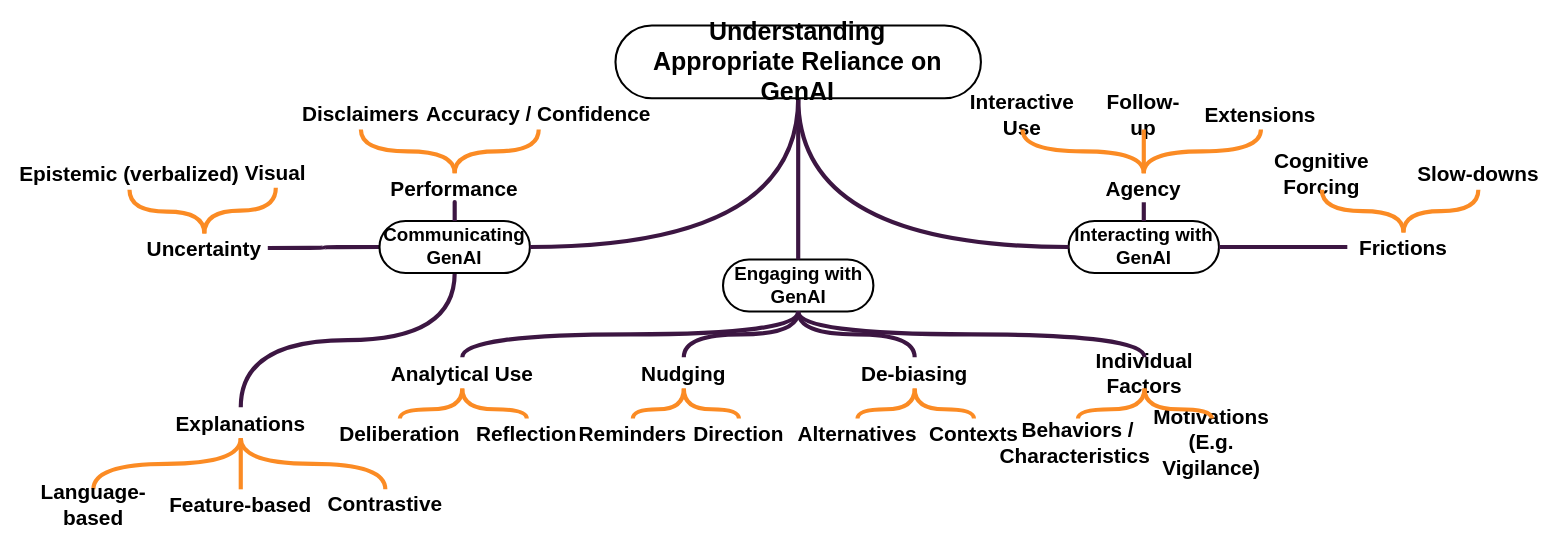
Earlier version of the draw.io diagram ext/chi27-rev-4.1.drawio (raeeschaudhary/Coursera_Exams). Source tidied: cells renumbered, new cells numbered last; positions are measured from the earlier drawing's top-left corner, leaving out a move shared by most shapes. Both pictures are drawn from the tidied source at 104%, with x=0, y=0 at pixel (18, 25).
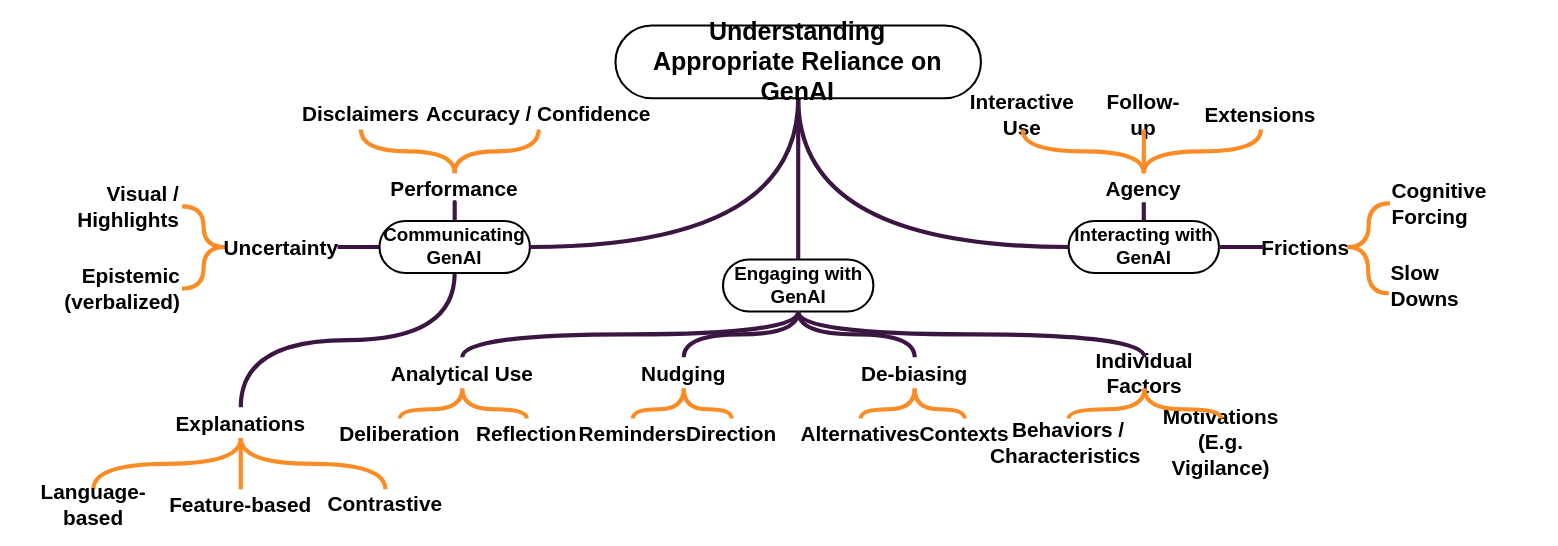
The same diagram, later.

Diff of the diagram source:
```diff
@@
-    <mxCell id="9" style="edgeStyle=orthogonalEdgeStyle;rounded=0;jettySize=auto;html=1;exitX=0.5;exitY=0;exitDx=0;exitDy=0;entryX=0.5;entryY=1;entryDx=0;entryDy=0;strokeWidth=4;curved=1;endArrow=none;endFill=0;strokeColor=#FB8B24;fontFamily=calibri;" parent="1" edge="1" source="11" target="12">
+    <mxCell id="9" style="edgeStyle=orthogonalEdgeStyle;rounded=0;jettySize=auto;html=1;exitX=0;exitY=0.5;exitDx=0;exitDy=0;entryX=1;entryY=0.5;entryDx=0;entryDy=0;strokeWidth=4;curved=1;endArrow=none;endFill=0;strokeColor=#FB8B24;fontFamily=calibri;" parent="1" edge="1" source="11" target="12">
       <mxGeometry relative="1" as="geometry" />
     </mxCell>
-    <mxCell id="10" style="edgeStyle=orthogonalEdgeStyle;rounded=0;jettySize=auto;html=1;exitX=0.5;exitY=0;exitDx=0;exitDy=0;strokeWidth=4;curved=1;endArrow=none;endFill=0;strokeColor=#FB8B24;fontFamily=calibri;" parent="1" edge="1" source="11" target="13">
+    <mxCell id="10" style="edgeStyle=orthogonalEdgeStyle;rounded=0;jettySize=auto;html=1;exitX=0;exitY=0.5;exitDx=0;exitDy=0;strokeWidth=4;curved=1;endArrow=none;endFill=0;strokeColor=#FB8B24;fontFamily=calibri;entryX=1;entryY=0.5;entryDx=0;entryDy=0;" parent="1" edge="1" source="11" target="13">
       <mxGeometry relative="1" as="geometry" />
     </mxCell>
     <mxCell id="11" value="&lt;span&gt;Uncertainty&lt;/span&gt;" style="text;html=1;whiteSpace=wrap;strokeColor=none;fillColor=none;align=center;verticalAlign=middle;rounded=0;fontFamily=calibri;fontStyle=1;fontSize=20;" parent="1" vertex="1">
-      <mxGeometry x="118" y="200" width="122" height="28" as="geometry" />
+      <mxGeometry x="199" y="199" width="108" height="28" as="geometry" />
     </mxCell>
-    <mxCell id="12" value="&lt;span style=&quot;font-size: 20px;&quot;&gt;Epistemic (verbalized)&lt;/span&gt;" style="text;html=1;whiteSpace=wrap;strokeColor=none;fillColor=none;align=center;verticalAlign=middle;rounded=0;fontFamily=calibri;fontSize=18;fontStyle=1;" parent="1" vertex="1">
-      <mxGeometry y="128" width="214" height="30" as="geometry" />
+    <mxCell id="12" value="&lt;span style=&quot;font-size: 20px;&quot;&gt;Epistemic (verbalized)&lt;/span&gt;" style="text;html=1;whiteSpace=wrap;strokeColor=none;fillColor=none;align=right;verticalAlign=middle;rounded=0;fontFamily=calibri;fontSize=18;fontStyle=1;" parent="1" vertex="1">
+      <mxGeometry x="49.6" y="238" width="108" height="30" as="geometry" />
     </mxCell>
-    <mxCell id="13" value="&lt;span style=&quot;font-size: 20px;&quot;&gt;Visual&lt;/span&gt;" style="text;html=1;whiteSpace=wrap;strokeColor=none;fillColor=none;align=center;verticalAlign=middle;rounded=0;fontFamily=calibri;fontSize=18;fontStyle=1;" parent="1" vertex="1">
-      <mxGeometry x="180" y="128" width="135.3" height="28" as="geometry" />
+    <mxCell id="13" value="&lt;span style=&quot;font-size: 20px;&quot;&gt;Visual / Highlights&lt;/span&gt;" style="text;html=1;whiteSpace=wrap;strokeColor=none;fillColor=none;align=right;verticalAlign=middle;rounded=0;fontFamily=calibri;fontSize=18;fontStyle=1;" parent="1" vertex="1">
+      <mxGeometry x="62.3" y="160" width="95.3" height="28" as="geometry" />
     </mxCell>
@@
     <mxCell id="34" value="&lt;span style=&quot;font-size: 20px;&quot;&gt;Alternatives&lt;/span&gt;" style="text;html=1;whiteSpace=wrap;strokeColor=none;fillColor=none;align=center;verticalAlign=middle;rounded=0;fontFamily=calibri;fontSize=18;fontStyle=1;" parent="1" vertex="1">
-      <mxGeometry x="747" y="378" width="120" height="30" as="geometry" />
+      <mxGeometry x="750" y="378" width="120" height="30" as="geometry" />
     </mxCell>
     <mxCell id="35" value="&lt;span style=&quot;font-size: 20px;&quot;&gt;Contexts&lt;/span&gt;" style="text;html=1;whiteSpace=wrap;strokeColor=none;fillColor=none;align=center;verticalAlign=middle;rounded=0;fontFamily=calibri;fontSize=18;fontStyle=1;" parent="1" vertex="1">
-      <mxGeometry x="865" y="378" width="108" height="30" as="geometry" />
+      <mxGeometry x="856" y="378" width="108" height="30" as="geometry" />
     </mxCell>
@@
     <mxCell id="39" value="&lt;span style=&quot;font-size: 20px;&quot;&gt;Behaviors / Characteristics&amp;nbsp;&lt;/span&gt;" style="text;html=1;whiteSpace=wrap;strokeColor=none;fillColor=none;align=center;verticalAlign=middle;rounded=0;fontFamily=calibri;fontSize=18;fontStyle=1;" parent="1" vertex="1">
-      <mxGeometry x="959" y="378" width="120" height="46" as="geometry" />
+      <mxGeometry x="950" y="378" width="120" height="46" as="geometry" />
     </mxCell>
     <mxCell id="40" value="&lt;span style=&quot;font-size: 20px;&quot;&gt;Motivations (E.g. Vigilance)&lt;/span&gt;" style="text;html=1;whiteSpace=wrap;strokeColor=none;fillColor=none;align=center;verticalAlign=middle;rounded=0;fontFamily=calibri;fontSize=18;fontStyle=1;" parent="1" vertex="1">
-      <mxGeometry x="1080" y="378" width="135.3" height="46" as="geometry" />
+      <mxGeometry x="1089" y="378" width="135.3" height="46" as="geometry" />
     </mxCell>
@@
     <mxCell id="53" value="&lt;span style=&quot;font-size: 20px;&quot;&gt;Direction&lt;/span&gt;" style="text;html=1;whiteSpace=wrap;strokeColor=none;fillColor=none;align=center;verticalAlign=middle;rounded=0;fontFamily=calibri;fontSize=18;fontStyle=1;" parent="1" vertex="1">
-      <mxGeometry x="639" y="378" width="108" height="30" as="geometry" />
+      <mxGeometry x="632" y="378" width="108" height="30" as="geometry" />
     </mxCell>
@@
     <mxCell id="56" value="Frictions" style="text;html=1;whiteSpace=wrap;strokeColor=none;fillColor=none;align=center;verticalAlign=middle;rounded=0;fontFamily=calibri;fontStyle=1;fontSize=20;" parent="1" vertex="1">
-      <mxGeometry x="1278" y="199" width="108" height="28" as="geometry" />
+      <mxGeometry x="1198" y="199" width="80" height="28" as="geometry" />
     </mxCell>
-    <mxCell id="57" value="&lt;span style=&quot;font-size: 20px;&quot;&gt;Slow-downs&lt;/span&gt;" style="text;html=1;whiteSpace=wrap;strokeColor=none;fillColor=none;align=center;verticalAlign=middle;rounded=0;fontFamily=calibri;fontSize=18;fontStyle=1;" parent="1" vertex="1">
-      <mxGeometry x="1344" y="128" width="120" height="30" as="geometry" />
+    <mxCell id="57" value="&lt;span style=&quot;font-size: 20px;&quot;&gt;Slow&amp;nbsp;&lt;/span&gt;&lt;div&gt;&lt;span style=&quot;font-size: 20px;&quot;&gt;Downs&lt;/span&gt;&lt;/div&gt;" style="text;html=1;whiteSpace=wrap;strokeColor=none;fillColor=none;align=left;verticalAlign=middle;rounded=0;fontFamily=calibri;fontSize=18;fontStyle=1;" parent="1" vertex="1">
+      <mxGeometry x="1318" y="235" width="80" height="30" as="geometry" />
     </mxCell>
-    <mxCell id="58" value="&lt;span style=&quot;font-size: 20px;&quot;&gt;Cognitive Forcing&lt;/span&gt;" style="text;html=1;whiteSpace=wrap;strokeColor=none;fillColor=none;align=center;verticalAlign=middle;rounded=0;fontFamily=calibri;fontSize=18;fontStyle=1;" parent="1" vertex="1">
-      <mxGeometry x="1168" y="128" width="171" height="30" as="geometry" />
+    <mxCell id="58" value="&lt;div style=&quot;&quot;&gt;&lt;span style=&quot;font-size: 20px; background-color: transparent; color: light-dark(rgb(0, 0, 0), rgb(255, 255, 255));&quot;&gt;Cognitive&amp;nbsp;&lt;/span&gt;&lt;/div&gt;&lt;div style=&quot;&quot;&gt;&lt;span style=&quot;font-size: 20px;&quot;&gt;Forcing&lt;/span&gt;&lt;/div&gt;" style="text;html=1;whiteSpace=wrap;strokeColor=none;fillColor=none;align=left;verticalAlign=middle;rounded=0;fontFamily=calibri;fontSize=18;fontStyle=1;" parent="1" vertex="1">
+      <mxGeometry x="1319" y="156" width="80" height="30" as="geometry" />
     </mxCell>
-    <mxCell id="59" style="edgeStyle=orthogonalEdgeStyle;rounded=0;jettySize=auto;html=1;entryX=0.5;entryY=1;entryDx=0;entryDy=0;strokeWidth=4;curved=1;endArrow=none;endFill=0;strokeColor=#FB8B24;exitX=0.5;exitY=0;exitDx=0;exitDy=0;fontFamily=calibri;" parent="1" edge="1" source="56" target="58">
+    <mxCell id="59" style="edgeStyle=orthogonalEdgeStyle;rounded=0;jettySize=auto;html=1;entryX=0;entryY=0.5;entryDx=0;entryDy=0;strokeWidth=4;curved=1;endArrow=none;endFill=0;strokeColor=#FB8B24;exitX=1;exitY=0.5;exitDx=0;exitDy=0;fontFamily=calibri;" parent="1" edge="1" source="56" target="58">
       <mxGeometry relative="1" as="geometry" />
     </mxCell>
-    <mxCell id="60" style="edgeStyle=orthogonalEdgeStyle;rounded=0;jettySize=auto;html=1;strokeWidth=4;curved=1;endArrow=none;endFill=0;strokeColor=#FB8B24;exitX=0.5;exitY=0;exitDx=0;exitDy=0;fontFamily=calibri;" parent="1" edge="1" source="56" target="57">
+    <mxCell id="60" style="edgeStyle=orthogonalEdgeStyle;rounded=0;jettySize=auto;html=1;strokeWidth=4;curved=1;endArrow=none;endFill=0;strokeColor=#FB8B24;exitX=1;exitY=0.5;exitDx=0;exitDy=0;fontFamily=calibri;entryX=0;entryY=0.75;entryDx=0;entryDy=0;" parent="1" edge="1" source="56" target="57">
       <mxGeometry relative="1" as="geometry" />
     </mxCell>
```
